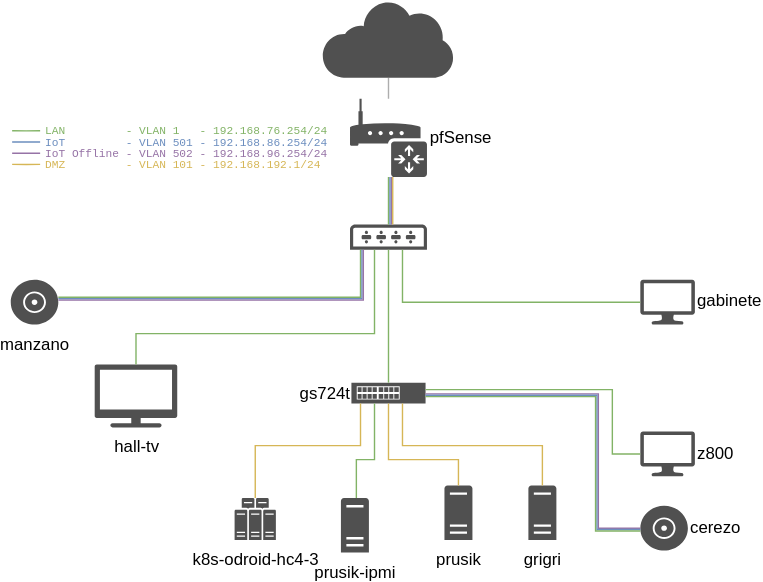
Earlier version of the draw.io export docs/network/diagram.svg (pando85/homelab). Source tidied: cells renumbered, new cells last; positions are measured from the earlier drawing's top-left corner, leaving out a move shared by most shapes.
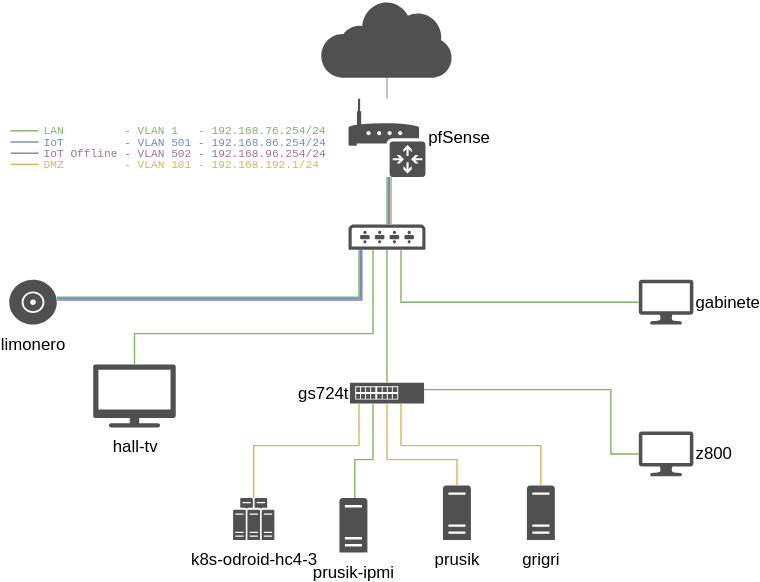
After the change.

Commit message:
docs: Update network diagram with limonero

The edit, as a diff of the source:
```diff
@@ -17,7 +17,7 @@
     <mxCell id="6" style="sketch=0;shadow=0;dashed=0;html=1;strokeColor=none;fillColor=#505050;labelPosition=center;verticalLabelPosition=bottom;outlineConnect=0;verticalAlign=top;align=center;shape=mxgraph.office.clouds.private_cloud;rounded=1;" parent="1" vertex="1">
       <mxGeometry x="223" width="94" height="55" as="geometry" />
     </mxCell>
-    <mxCell id="7" value="&lt;div&gt;manzano&lt;/div&gt;" style="sketch=0;shadow=0;dashed=0;html=1;strokeColor=none;fillColor=#505050;labelPosition=center;verticalLabelPosition=bottom;verticalAlign=top;outlineConnect=0;align=center;shape=mxgraph.office.devices.cd_dvd;rounded=1;fontSize=12;" parent="1" vertex="1">
+    <mxCell id="7" value="&lt;div&gt;limonero&lt;/div&gt;" style="sketch=0;shadow=0;dashed=0;html=1;strokeColor=none;fillColor=#505050;labelPosition=center;verticalLabelPosition=bottom;verticalAlign=top;outlineConnect=0;align=center;shape=mxgraph.office.devices.cd_dvd;rounded=1;fontSize=12;" parent="1" vertex="1">
       <mxGeometry y="199.5" width="34" height="32" as="geometry" />
     </mxCell>
     <mxCell id="8" style="endArrow=none;html=1;rounded=0;sketch=0;shadow=0;edgeStyle=orthogonalEdgeStyle;strokeWidth=1;fillColor=#d5e8d4;strokeColor=#82b366;" parent="1" edge="1" source="4" target="3">
@@ -68,9 +68,6 @@
         </Array>
       </mxGeometry>
     </mxCell>
-    <mxCell id="18" value="cerezo" style="sketch=0;shadow=0;dashed=0;html=1;strokeColor=none;fillColor=#505050;labelPosition=right;verticalLabelPosition=middle;verticalAlign=middle;outlineConnect=0;align=left;shape=mxgraph.office.devices.cd_dvd;rounded=1;fontSize=12;" parent="1" vertex="1">
-      <mxGeometry x="450" y="361" width="34" height="32" as="geometry" />
-    </mxCell>
     <mxCell id="19" value="z800" style="sketch=0;shadow=0;dashed=0;html=1;strokeColor=none;fillColor=#505050;labelPosition=right;verticalLabelPosition=middle;verticalAlign=middle;outlineConnect=0;align=left;shape=mxgraph.office.devices.lcd_monitor;rounded=1;" parent="1" vertex="1">
       <mxGeometry x="450" y="308" width="39" height="32" as="geometry" />
     </mxCell>
@@ -120,14 +117,6 @@
         </Array>
       </mxGeometry>
     </mxCell>
-    <mxCell id="27" style="endArrow=none;html=1;rounded=0;sketch=0;shadow=0;edgeStyle=orthogonalEdgeStyle;fillColor=#e1d5e7;strokeColor=#9673a6;" parent="1" edge="1" source="18" target="9">
-      <mxGeometry relative="1" as="geometry">
-        <Array as="points">
-          <mxPoint x="420" y="377" />
-          <mxPoint x="420" y="281" />
-        </Array>
-      </mxGeometry>
-    </mxCell>
     <mxCell id="28" style="endArrow=none;html=1;rounded=0;sketch=0;shadow=0;edgeStyle=orthogonalEdgeStyle;fillColor=#fff2cc;strokeColor=#9673A6;" parent="1" edge="1" source="4" target="3">
       <mxGeometry relative="1" as="geometry">
         <Array as="points">
@@ -212,22 +201,6 @@
     <mxCell id="38" value="&lt;div&gt;&lt;br&gt;&lt;/div&gt;" style="edgeLabel;html=1;align=center;verticalAlign=middle;" parent="37" vertex="1">
       <mxGeometry x="-0.11" y="-1" relative="1" as="geometry" />
     </mxCell>
-    <mxCell id="39" style="endArrow=none;html=1;rounded=0;sketch=0;shadow=0;edgeStyle=orthogonalEdgeStyle;fillColor=#dae8fc;strokeColor=#6c8ebf;" parent="1" edge="1" source="18" target="9">
-      <mxGeometry relative="1" as="geometry">
-        <Array as="points">
-          <mxPoint x="419" y="378" />
-          <mxPoint x="419" y="282" />
-        </Array>
-      </mxGeometry>
-    </mxCell>
-    <mxCell id="40" style="endArrow=none;html=1;rounded=0;sketch=0;shadow=0;edgeStyle=orthogonalEdgeStyle;fillColor=#d5e8d4;strokeColor=#82b366;" parent="1" edge="1" source="18" target="9">
-      <mxGeometry relative="1" as="geometry">
-        <Array as="points">
-          <mxPoint x="418" y="379" />
-          <mxPoint x="418" y="283" />
-        </Array>
-      </mxGeometry>
-    </mxCell>
     <mxCell id="41" value="&lt;div&gt;prusik-ipmi&lt;/div&gt;" style="sketch=0;shadow=0;dashed=0;html=1;strokeColor=none;fillColor=#505050;labelPosition=center;verticalLabelPosition=bottom;verticalAlign=top;outlineConnect=0;align=center;shape=mxgraph.office.servers.server_generic;rounded=1;fontSize=12;" parent="1" vertex="1">
       <mxGeometry x="236" y="355.5" width="20" height="39" as="geometry" />
     </mxCell>
```
